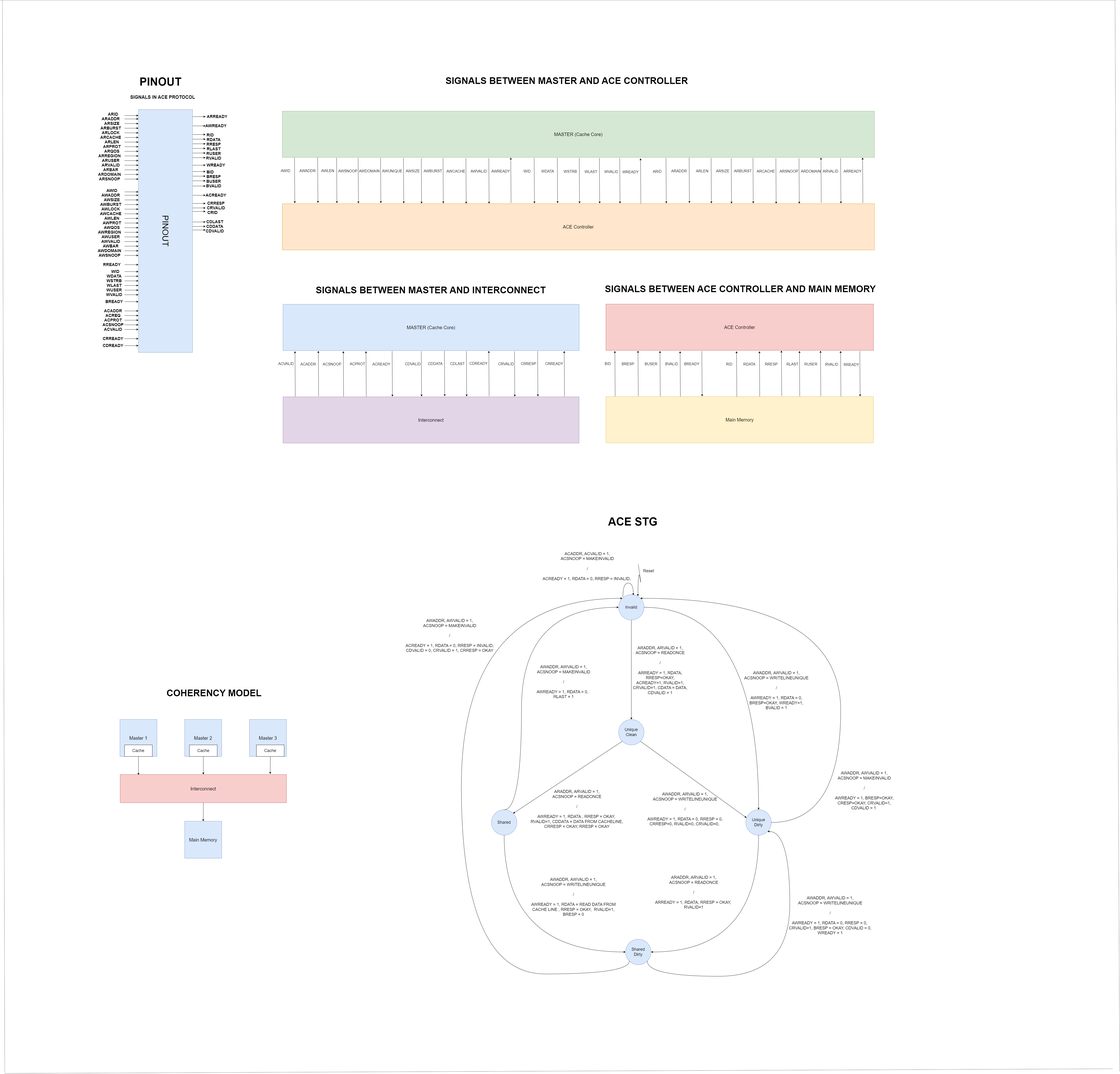
Hamzaweb49/cache-core keeps this draw.io diagram as docs/ACE Pinout and Controller(draw.io).png. Above is the earlier version. Source tidied: cells renumbered, new cells last; positions are measured from the earlier drawing's top-left corner, leaving out a move shared by most shapes.
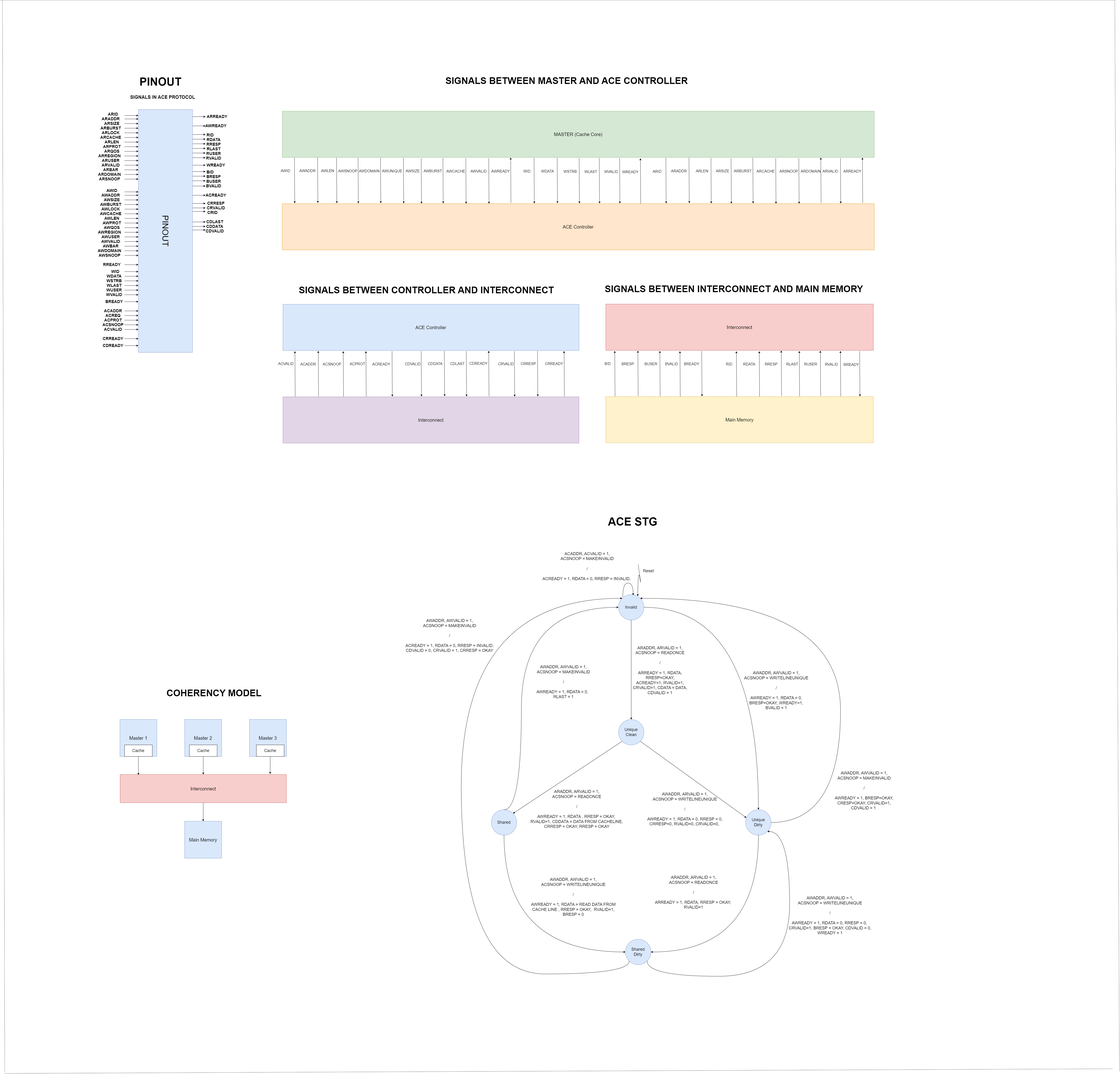
After the change.

Commit message:
Fixed Signals Between Modules in Pinout

What changed in the source:
```diff
@@ -926,7 +926,7 @@
     <mxCell id="215" value="&lt;font style=&quot;font-size: 16px;&quot;&gt;WREADY&lt;/font&gt;" style="text;html=1;align=center;verticalAlign=middle;strokeColor=none;fillColor=none;" parent="1" vertex="1">
       <mxGeometry x="2680" y="728.2" width="90" height="30" as="geometry" />
     </mxCell>
-    <mxCell id="216" value="&lt;font style=&quot;font-size: 20px;&quot;&gt;MASTER (Cache Core)&lt;/font&gt;" style="rounded=0;whiteSpace=wrap;html=1;fillColor=#dae8fc;strokeColor=#6c8ebf;" parent="1" vertex="1">
+    <mxCell id="216" value="&lt;font style=&quot;font-size: 20px;&quot;&gt;ACE Controller&lt;/font&gt;" style="rounded=0;whiteSpace=wrap;html=1;fillColor=#dae8fc;strokeColor=#6c8ebf;" parent="1" vertex="1">
       <mxGeometry x="1223" y="1315" width="1280" height="200" as="geometry" />
     </mxCell>
     <mxCell id="217" value="&lt;font style=&quot;font-size: 20px;&quot;&gt;Interconnect&lt;/font&gt;" style="rounded=0;whiteSpace=wrap;html=1;fillColor=#e1d5e7;strokeColor=#9673a6;" parent="1" vertex="1">
@@ -1094,7 +1094,7 @@
     <mxCell id="253" value="&lt;font style=&quot;font-size: 16px;&quot;&gt;AWLEN&lt;/font&gt;" style="text;html=1;align=center;verticalAlign=middle;strokeColor=none;fillColor=none;" parent="1" vertex="1">
       <mxGeometry x="1376" y="723.2" width="80" height="30" as="geometry" />
     </mxCell>
-    <mxCell id="254" value="&lt;font style=&quot;font-size: 20px;&quot;&gt;ACE Controller&lt;/font&gt;" style="rounded=0;whiteSpace=wrap;html=1;fillColor=#f8cecc;strokeColor=#b85450;" parent="1" vertex="1">
+    <mxCell id="254" value="&lt;font style=&quot;font-size: 20px;&quot;&gt;Interconnect&lt;/font&gt;" style="rounded=0;whiteSpace=wrap;html=1;fillColor=#f8cecc;strokeColor=#b85450;" parent="1" vertex="1">
       <mxGeometry x="2619" y="1314" width="1157" height="200" as="geometry" />
     </mxCell>
     <mxCell id="255" value="&lt;font style=&quot;font-size: 20px;&quot;&gt;Main Memory&lt;/font&gt;" style="rounded=0;whiteSpace=wrap;html=1;fillColor=#fff2cc;strokeColor=#d6b656;" parent="1" vertex="1">
@@ -1277,11 +1277,11 @@
     <mxCell id="295" value="&lt;h1&gt;&lt;font style=&quot;font-size: 40px;&quot;&gt;SIGNALS BETWEEN MASTER AND ACE CONTROLLER&lt;/font&gt;&lt;/h1&gt;" style="text;html=1;strokeColor=none;fillColor=none;spacing=5;spacingTop=-20;whiteSpace=wrap;overflow=hidden;rounded=0;" parent="1" vertex="1">
       <mxGeometry x="1921" y="319" width="1069" height="70" as="geometry" />
     </mxCell>
-    <mxCell id="296" value="&lt;h1&gt;&lt;font style=&quot;font-size: 40px;&quot;&gt;SIGNALS BETWEEN MASTER AND INTERCONNECT&lt;/font&gt;&lt;/h1&gt;" style="text;html=1;strokeColor=none;fillColor=none;spacing=5;spacingTop=-20;whiteSpace=wrap;overflow=hidden;rounded=0;" parent="1" vertex="1">
-      <mxGeometry x="1360" y="1224" width="1069" height="70" as="geometry" />
+    <mxCell id="296" value="&lt;h1&gt;&lt;font style=&quot;font-size: 40px;&quot;&gt;SIGNALS BETWEEN CONTROLLER AND INTERCONNECT&lt;/font&gt;&lt;/h1&gt;" style="text;html=1;strokeColor=none;fillColor=none;spacing=5;spacingTop=-20;whiteSpace=wrap;overflow=hidden;rounded=0;" parent="1" vertex="1">
+      <mxGeometry x="1287" y="1224" width="1120" height="70" as="geometry" />
     </mxCell>
-    <mxCell id="297" value="&lt;h1&gt;&lt;font style=&quot;font-size: 40px;&quot;&gt;SIGNALS BETWEEN ACE CONTROLLER AND MAIN MEMORY&lt;/font&gt;&lt;/h1&gt;" style="text;html=1;strokeColor=none;fillColor=none;spacing=5;spacingTop=-20;whiteSpace=wrap;overflow=hidden;rounded=0;" parent="1" vertex="1">
-      <mxGeometry x="2610" y="1219" width="1191" height="70" as="geometry" />
+    <mxCell id="297" value="&lt;h1&gt;&lt;font style=&quot;font-size: 40px;&quot;&gt;SIGNALS BETWEEN INTERCONNECT AND MAIN MEMORY&lt;/font&gt;&lt;/h1&gt;" style="text;html=1;strokeColor=none;fillColor=none;spacing=5;spacingTop=-20;whiteSpace=wrap;overflow=hidden;rounded=0;" parent="1" vertex="1">
+      <mxGeometry x="2610" y="1219" width="1140" height="70" as="geometry" />
     </mxCell>
     <mxCell id="298" style="endArrow=none;dashed=1;html=1;rounded=0;" parent="1" edge="1">
       <mxGeometry relative="1" as="geometry">
```
